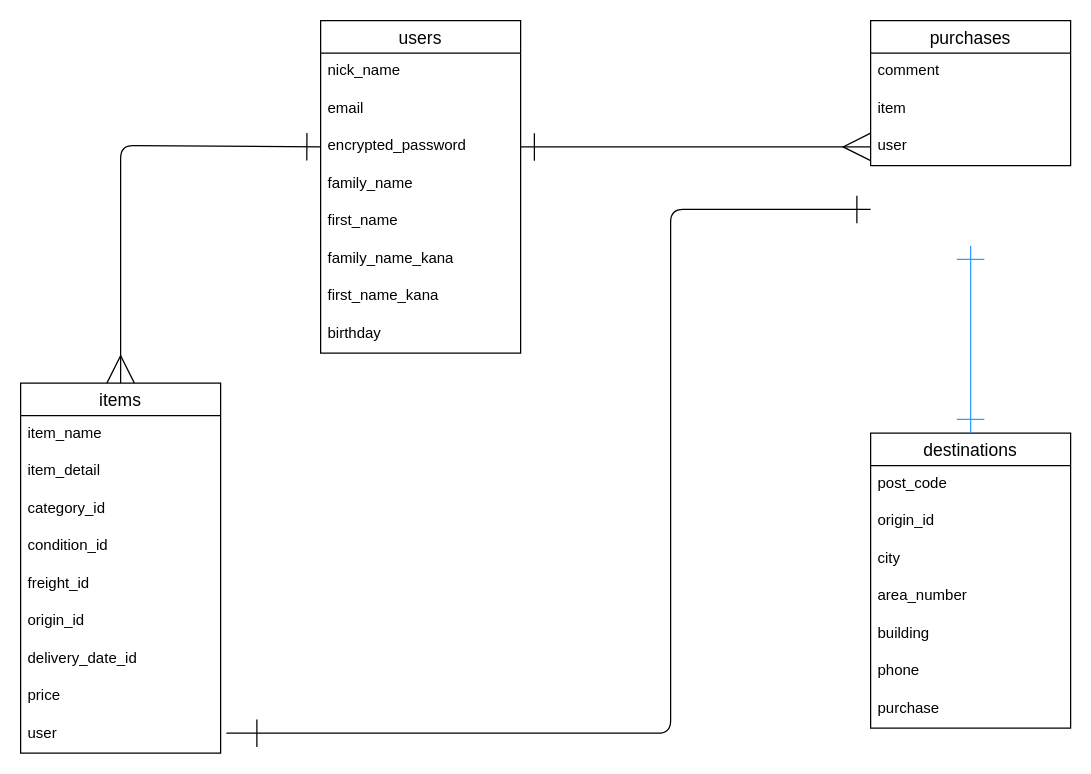
SymTr/furima-40603 keeps this draw.io diagram as ER.dio. Above is the earlier version. Source tidied: cells renumbered, new cells numbered last; positions are measured from the earlier drawing's top-left corner, leaving out a move shared by most shapes. Both pictures are drawn from the tidied source at 125%, with x=0, y=0 at pixel (20, 20).
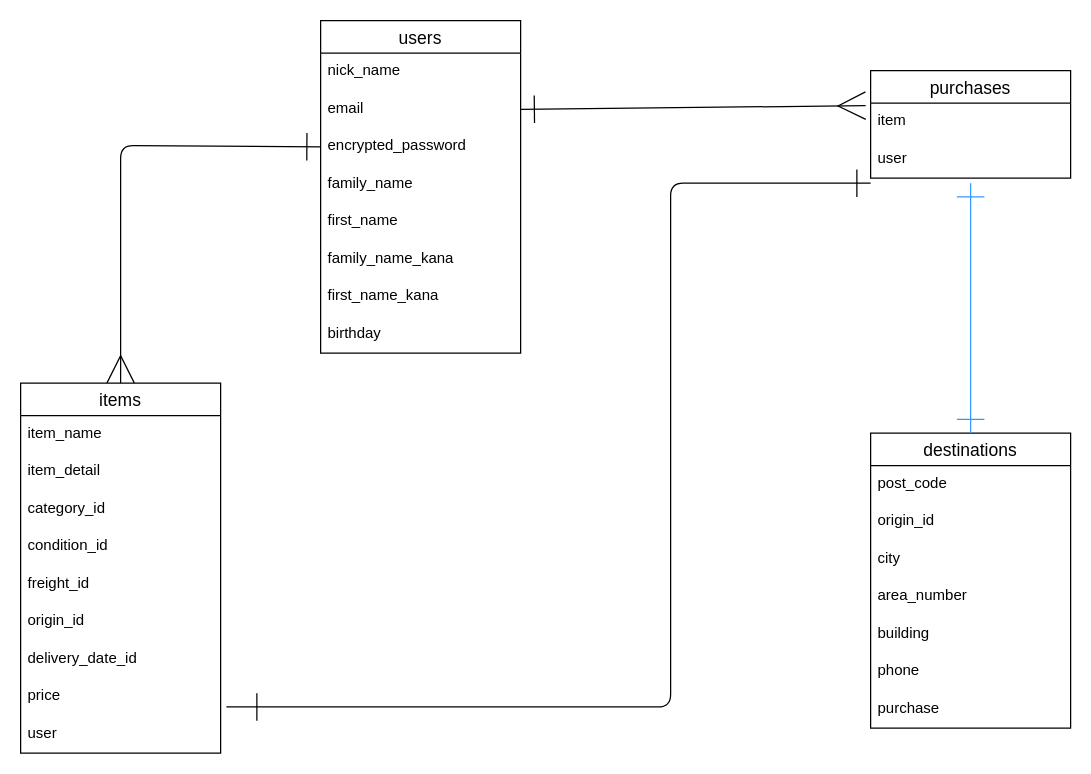
The same page after the edit.

Unchanged cells that the change refers to:
```xml
<mxCell id="4" value="email    " style="text;strokeColor=none;fillColor=none;spacingLeft=4;spacingRight=4;overflow=hidden;points=[[0,0.5],[1,0.5]];portConstraint=eastwest;fontSize=12;" parent="2" vertex="1">
  <mxGeometry y="56" width="160" height="30" as="geometry" />
</mxCell>
<mxCell id="5" value="encrypted_password" style="text;strokeColor=none;fillColor=none;spacingLeft=4;spacingRight=4;overflow=hidden;points=[[0,0.5],[1,0.5]];portConstraint=eastwest;fontSize=12;" parent="2" vertex="1">
  <mxGeometry y="86" width="160" height="30" as="geometry" />
</mxCell>
<mxCell id="26" value="destinations" style="swimlane;fontStyle=0;horizontal=1;startSize=26;align=center;fontSize=14;" parent="1" vertex="1">
  <mxGeometry x="680" y="330" width="160" height="236" as="geometry" />
</mxCell>
```

The edit, as a diff of the source:
```diff
@@
     <mxCell id="22" value="purchases" style="swimlane;fontStyle=0;horizontal=1;startSize=26;align=center;fontSize=14;" parent="1" vertex="1">
-      <mxGeometry x="680" width="160" height="116" as="geometry" />
+      <mxGeometry x="680" y="40" width="160" height="86" as="geometry" />
     </mxCell>
-    <mxCell id="23" value="comment" style="text;strokeColor=none;fillColor=none;spacingLeft=4;spacingRight=4;overflow=hidden;fontSize=12;" parent="22" vertex="1">
-      <mxGeometry y="26" width="160" height="30" as="geometry" />
-    </mxCell>
     <mxCell id="24" value="item" style="text;strokeColor=none;fillColor=none;spacingLeft=4;spacingRight=4;overflow=hidden;points=[[0,0.5],[1,0.5]];portConstraint=eastwest;fontSize=12;" parent="22" vertex="1">
-      <mxGeometry y="56" width="160" height="30" as="geometry" />
+      <mxGeometry y="26" width="160" height="30" as="geometry" />
     </mxCell>
     <mxCell id="25" value="user" style="text;strokeColor=none;fillColor=none;spacingLeft=4;spacingRight=4;overflow=hidden;points=[[0,0.5],[1,0.5]];portConstraint=eastwest;fontSize=12;" parent="22" vertex="1">
-      <mxGeometry y="86" width="160" height="30" as="geometry" />
+      <mxGeometry y="56" width="160" height="30" as="geometry" />
     </mxCell>
@@
-    <mxCell id="34" style="html=1;startArrow=ERmany;startFill=0;endArrow=ERone;endFill=0;startSize=20;endSize=20;exitX=0;exitY=0.5;exitDx=0;exitDy=0;entryX=1;entryY=0.5;entryDx=0;entryDy=0;" parent="1" edge="1" source="25" target="5">
+    <mxCell id="34" style="html=1;startArrow=ERmany;startFill=0;endArrow=ERone;endFill=0;startSize=20;endSize=20;exitX=-0.025;exitY=0.067;exitDx=0;exitDy=0;entryX=1;entryY=0.5;entryDx=0;entryDy=0;exitPerimeter=0;" parent="1" edge="1" source="24" target="4">
       <mxGeometry relative="1" as="geometry" />
     </mxCell>
     <mxCell id="35" style="html=1;startArrow=ERone;startFill=0;endArrow=ERone;endFill=0;startSize=20;endSize=20;exitX=0.5;exitY=0;exitDx=0;exitDy=0;strokeColor=#3399FF;" parent="1" edge="1" source="26">
       <mxGeometry relative="1" as="geometry">
-        <mxPoint x="760" y="180" as="targetPoint" />
+        <mxPoint x="760" y="130" as="targetPoint" />
       </mxGeometry>
     </mxCell>
     <mxCell id="36" style="edgeStyle=orthogonalEdgeStyle;html=1;startArrow=ERone;startFill=0;endArrow=ERone;endFill=0;startSize=20;endSize=20;entryX=0;entryY=0.5;entryDx=0;entryDy=0;" parent="1" edge="1">
       <mxGeometry relative="1" as="geometry">
-        <mxPoint x="200" y="570" as="sourcePoint" />
-        <mxPoint x="680" y="151" as="targetPoint" />
+        <mxPoint x="200" y="549" as="sourcePoint" />
+        <mxPoint x="680" y="130" as="targetPoint" />
         <Array as="points">
-          <mxPoint x="160" y="570" />
-          <mxPoint x="520" y="570" />
-          <mxPoint x="520" y="151" />
+          <mxPoint x="160" y="549" />
+          <mxPoint x="520" y="549" />
+          <mxPoint x="520" y="130" />
         </Array>
       </mxGeometry>
     </mxCell>
```
